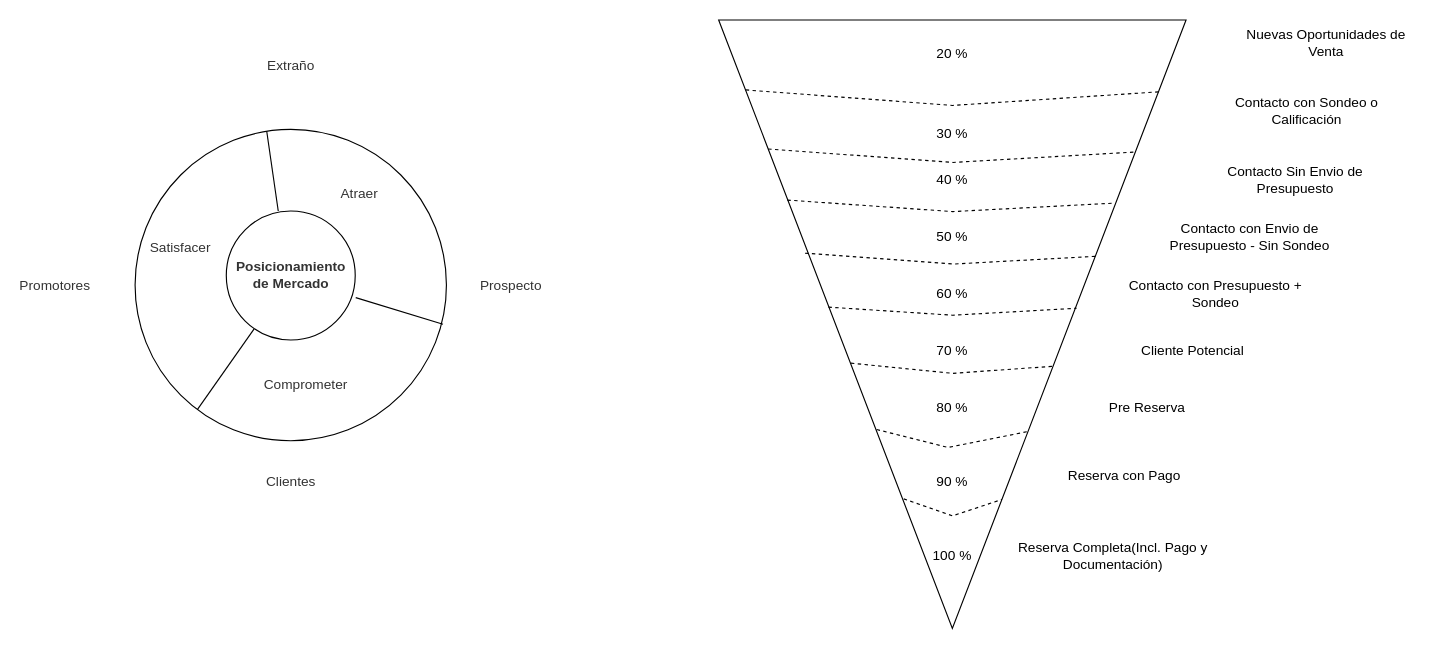
The draw.io diagram Enbudo.drawio in ss-vector/ss-vector, before the edit. Source tidied: cells renumbered, new cells numbered last; positions are measured from the earlier drawing's top-left corner, leaving out a move shared by most shapes. Both pictures are drawn from the tidied source at 114%, with x=0, y=0 at pixel (21, 25).
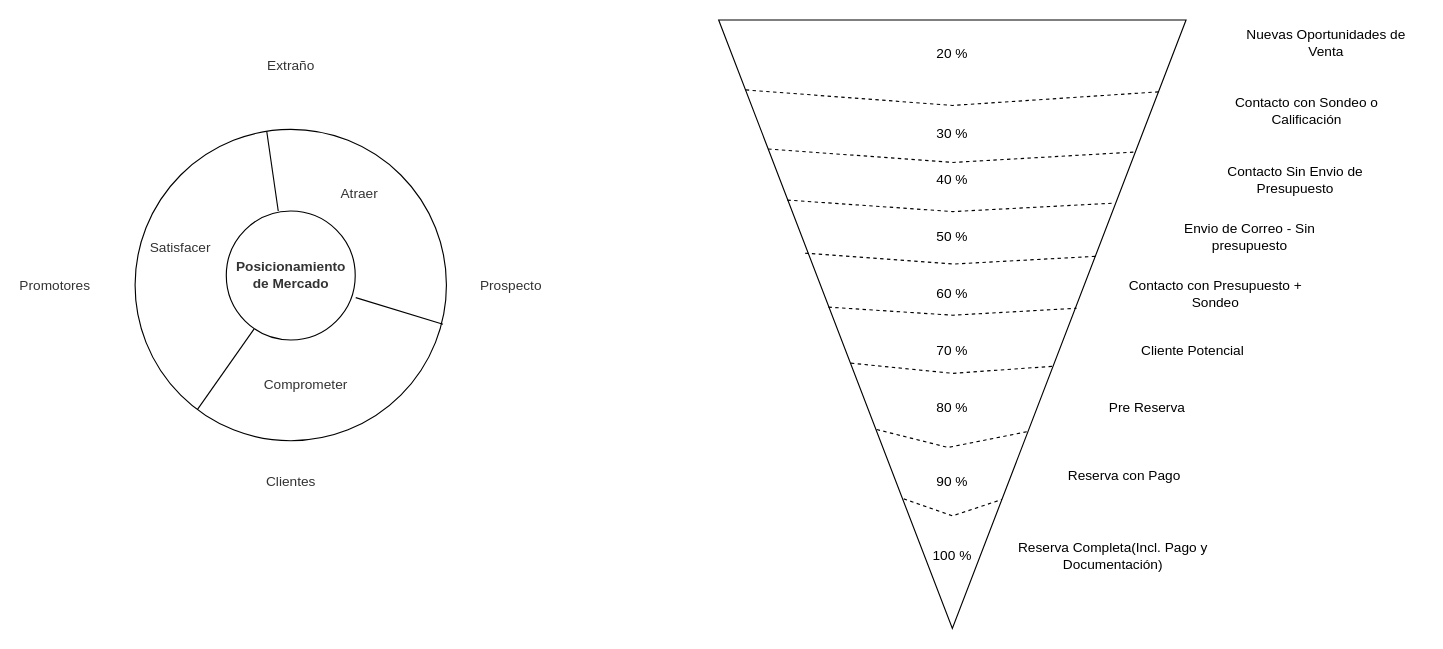
Above is the later version.

Diff of the diagram source:
```diff
@@
-    <mxCell id="23" value="Contacto con Envio de Presupuesto - Sin Sondeo" style="text;html=1;strokeColor=none;fillColor=none;align=center;verticalAlign=middle;whiteSpace=wrap;rounded=0;" parent="1" vertex="1">
+    <mxCell id="23" value="Envio de Correo - Sin presupuesto" style="text;html=1;strokeColor=none;fillColor=none;align=center;verticalAlign=middle;whiteSpace=wrap;rounded=0;" parent="1" vertex="1">
       <mxGeometry x="993.1" y="170" width="170" height="30" as="geometry" />
     </mxCell>
```
